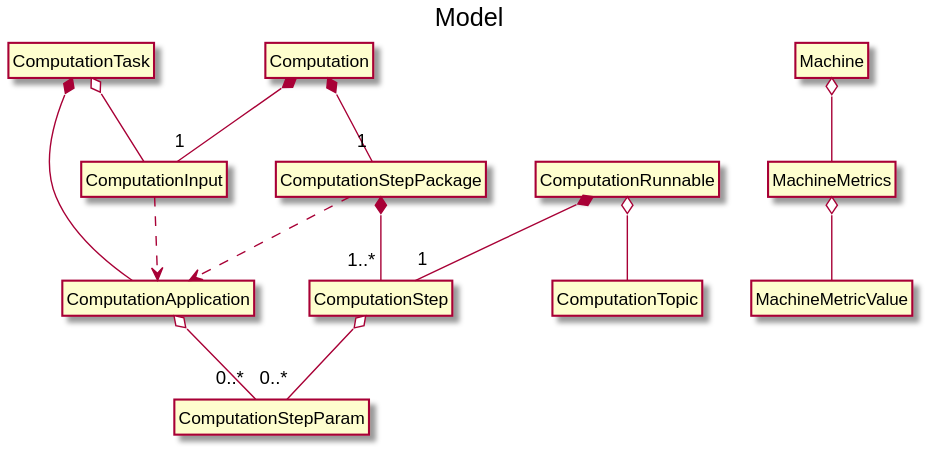
Above: model/entities.svg in Plan-B-PO/docs (PlantUML), before the change.
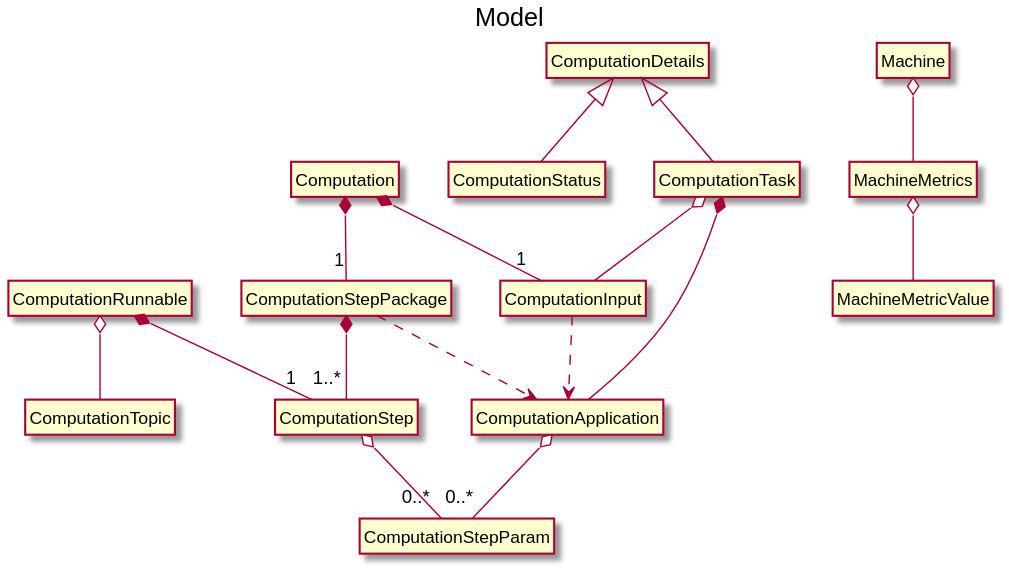
Above is the later version.

Change to the diagram source:
```diff
@@ -14,10 +14,14 @@
     class ComputationRunnable
     class ComputationTopic
     class Computation
+    class ComputationStatus
+    class ComputationDetails
     class Machine
     class MachineMetrics
     class MachineMetricValue
 
+    ComputationDetails <|-- ComputationTask
+    ComputationDetails <|-- ComputationStatus
     ComputationTask *-- ComputationApplication
     ComputationTask o-- ComputationInput
     ComputationApplication o-- "0..*" ComputationStepParam
```
